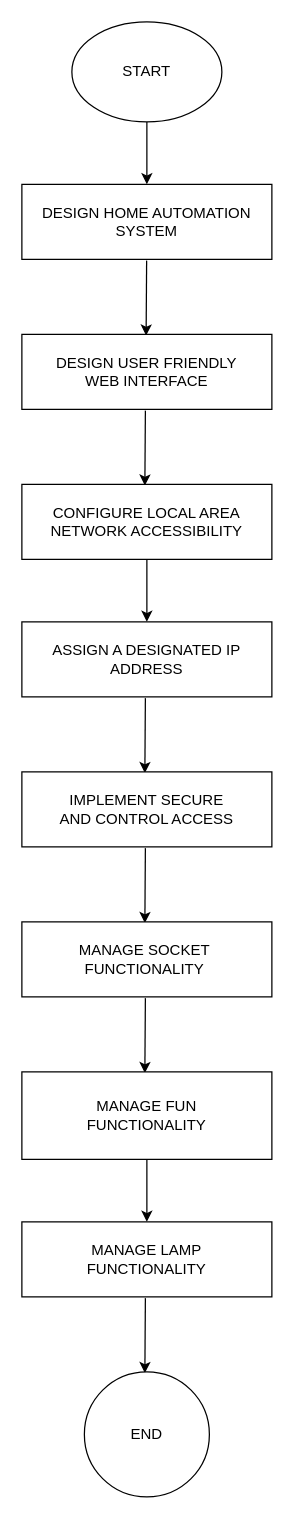
This is Untitled Diagram.drawio from AbNewman/Alex-The-Analyst-Bootcamp, a draw.io file, before an edit. Source tidied: cells renumbered, new cells numbered last; positions are measured from the earlier drawing's top-left corner, leaving out a move shared by most shapes. Both pictures are drawn from the tidied source at 125%, with x=0, y=0 at pixel (21, 21).
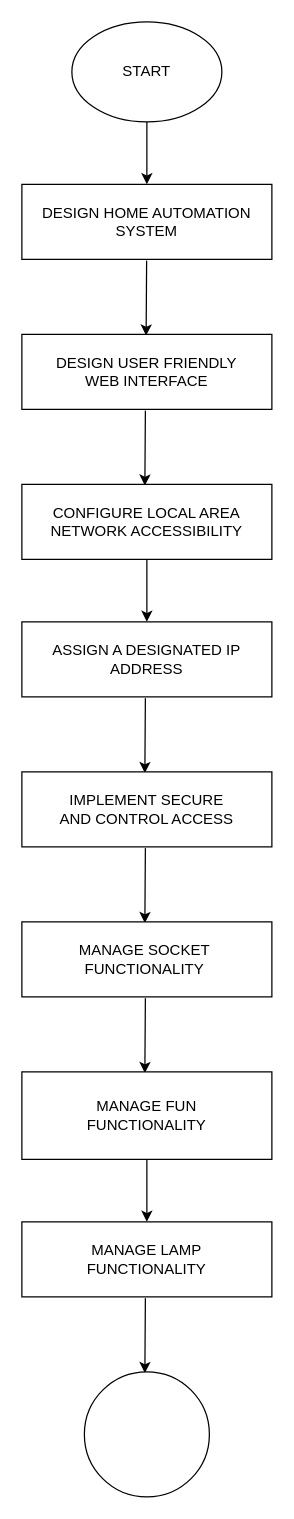
After the change.

Diff of the diagram source:
```diff
@@
-    <mxCell id="20" value="END" style="ellipse;whiteSpace=wrap;html=1;" parent="1" vertex="1">
+    <mxCell id="20" style="ellipse;whiteSpace=wrap;html=1;" parent="1" vertex="1">
       <mxGeometry x="50" y="1080" width="100" height="100" as="geometry" />
     </mxCell>
```
